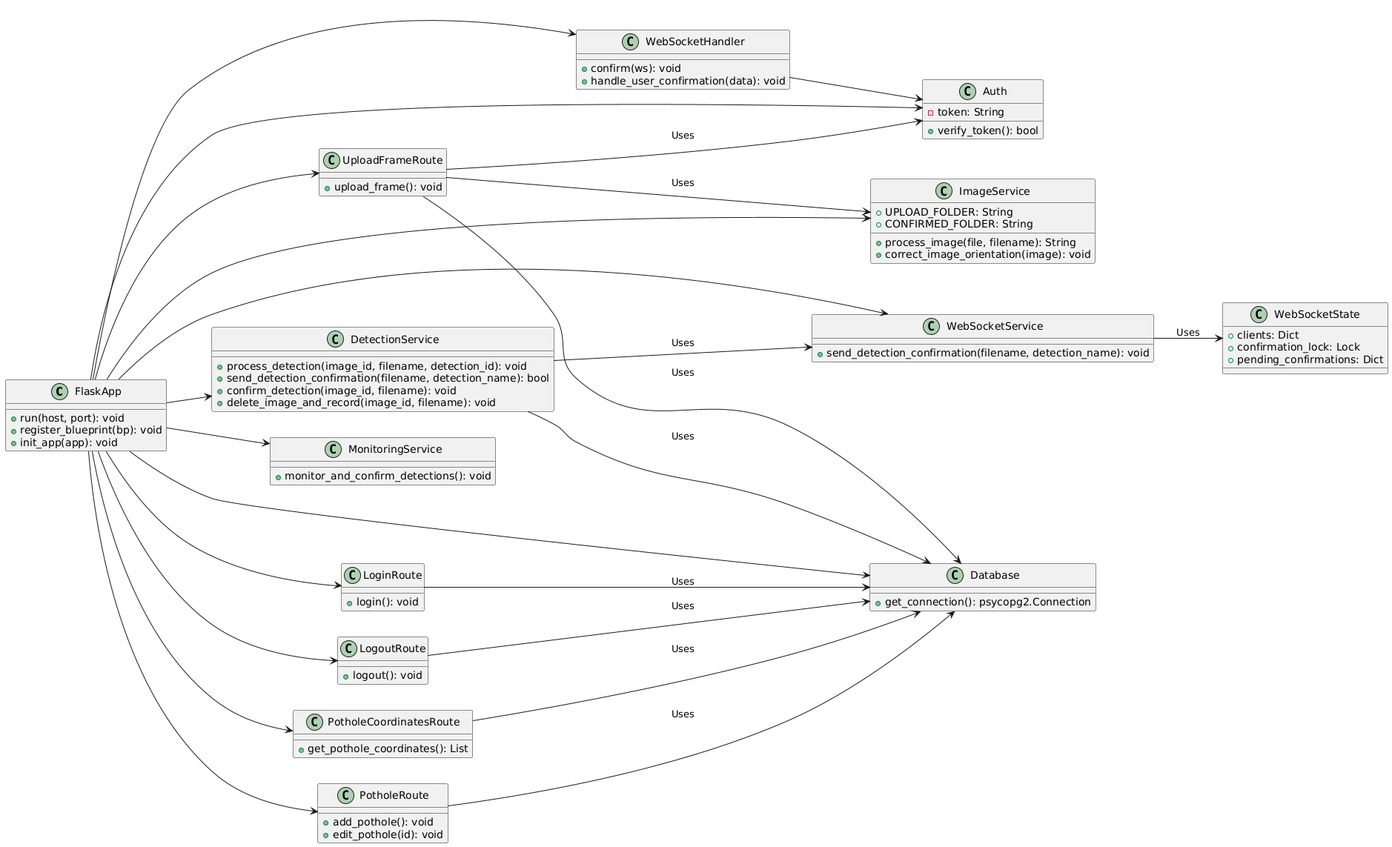
The PlantUML diagram documentation/server_class_diagram.png in Swintleton/pothole_server, before a commit.
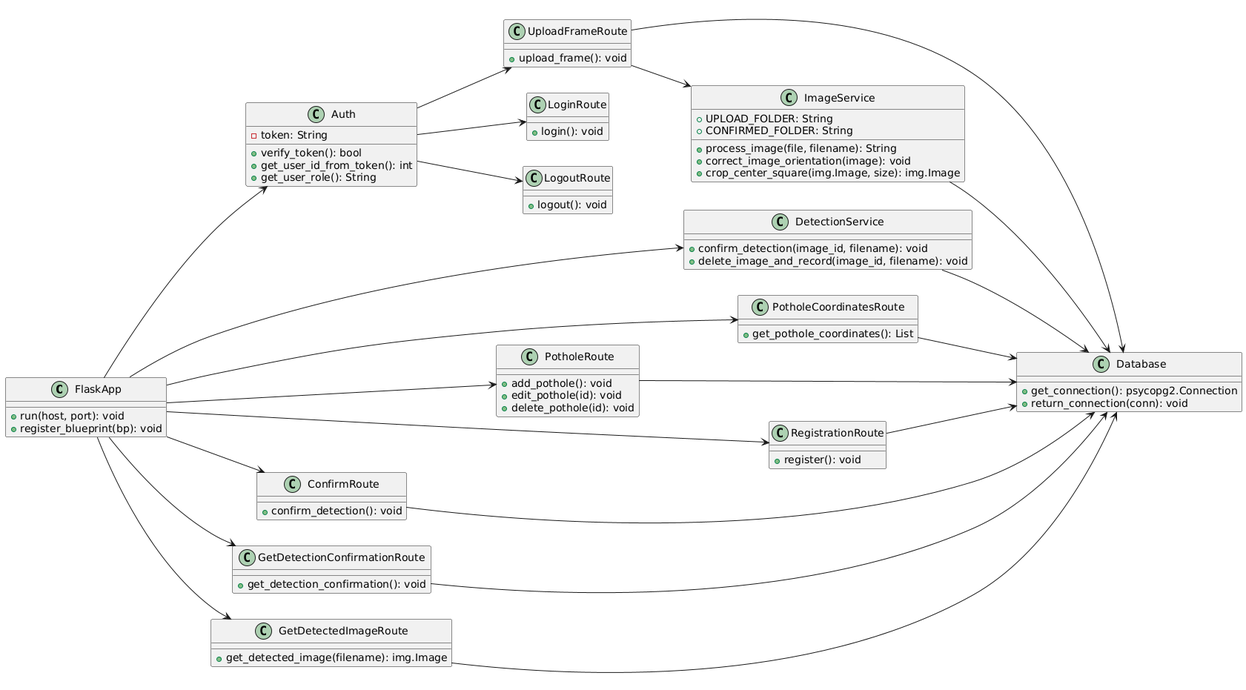
After the commit.

The edit, as a diff of the source:
```diff
@@ -1,24 +1,26 @@
 @startuml
 left to right direction
+
+hide empty description
 
 class FlaskApp {
   + run(host, port): void
   + register_blueprint(bp): void
-  + init_app(app): void
 }
 
 class Database {
   + get_connection(): psycopg2.Connection
+  + return_connection(conn): void
 }
 
 class Auth {
   - token: String
   + verify_token(): bool
+  + get_user_id_from_token(): int
+  + get_user_role(): String
 }
 
 class DetectionService {
-  + process_detection(image_id, filename, detection_id): void
-  + send_detection_confirmation(filename, detection_name): bool
   + confirm_detection(image_id, filename): void
   + delete_image_and_record(image_id, filename): void
 }
@@ -26,27 +28,9 @@
 class ImageService {
   + process_image(file, filename): String
   + correct_image_orientation(image): void
+  + crop_center_square(img.Image, size): img.Image
   + UPLOAD_FOLDER: String
   + CONFIRMED_FOLDER: String
-}
-
-class WebSocketHandler {
-  + confirm(ws): void
-  + handle_user_confirmation(data): void
-}
-
-class WebSocketService {
-  + send_detection_confirmation(filename, detection_name): void
-}
-
-class WebSocketState {
-  + clients: Dict
-  + confirmation_lock: Lock
-  + pending_confirmations: Dict
-}
-
-class MonitoringService {
-  + monitor_and_confirm_detections(): void
 }
 
 class UploadFrameRoute {
@@ -68,33 +52,49 @@
 class PotholeRoute {
   + add_pothole(): void
   + edit_pothole(id): void
+  + delete_pothole(id): void
 }
 
-FlaskApp -down-> Database
-FlaskApp -down-> Auth
-FlaskApp -down-> DetectionService
-FlaskApp -down-> ImageService
-FlaskApp -down-> WebSocketHandler
-FlaskApp -down-> MonitoringService
-FlaskApp -down-> UploadFrameRoute
-FlaskApp -down-> LoginRoute
-FlaskApp -down-> LogoutRoute
-FlaskApp -down-> PotholeCoordinatesRoute
-FlaskApp -down-> PotholeRoute
-FlaskApp -down-> WebSocketService
-
-together {
-    WebSocketHandler -right-> Auth : Uses
-    DetectionService -down-> Database : Uses
-    DetectionService -down-> WebSocketService : Uses
-    UploadFrameRoute -down-> Auth : Uses
-    UploadFrameRoute -down-> ImageService : Uses
-    UploadFrameRoute -down-> Database : Uses
-    LoginRoute -down-> Database : Uses
-    LogoutRoute -down-> Database : Uses
-    PotholeCoordinatesRoute -down-> Database : Uses
-    PotholeRoute -down-> Database : Uses
+class RegistrationRoute {
+  + register(): void
 }
 
-WebSocketService -down-> WebSocketState : Uses
+class ConfirmRoute {
+  + confirm_detection(): void
+}
+
+class GetDetectionConfirmationRoute {
+  + get_detection_confirmation(): void
+}
+
+class GetDetectedImageRoute {
+  + get_detected_image(filename): img.Image
+}
+
+
+FlaskApp --> Auth
+FlaskApp --> PotholeCoordinatesRoute
+FlaskApp --> PotholeRoute
+FlaskApp --> RegistrationRoute
+FlaskApp --> ConfirmRoute
+FlaskApp --> GetDetectionConfirmationRoute
+FlaskApp --> GetDetectedImageRoute
+FlaskApp --> DetectionService
+
+Auth --> UploadFrameRoute
+Auth --> LoginRoute
+Auth --> LogoutRoute
+
+UploadFrameRoute --> ImageService
+UploadFrameRoute --> Database
+
+DetectionService --> Database
+ImageService --> Database
+
+PotholeRoute --> Database
+PotholeCoordinatesRoute --> Database
+RegistrationRoute --> Database
+ConfirmRoute --> Database
+GetDetectionConfirmationRoute --> Database
+GetDetectedImageRoute --> Database
 @enduml
```
